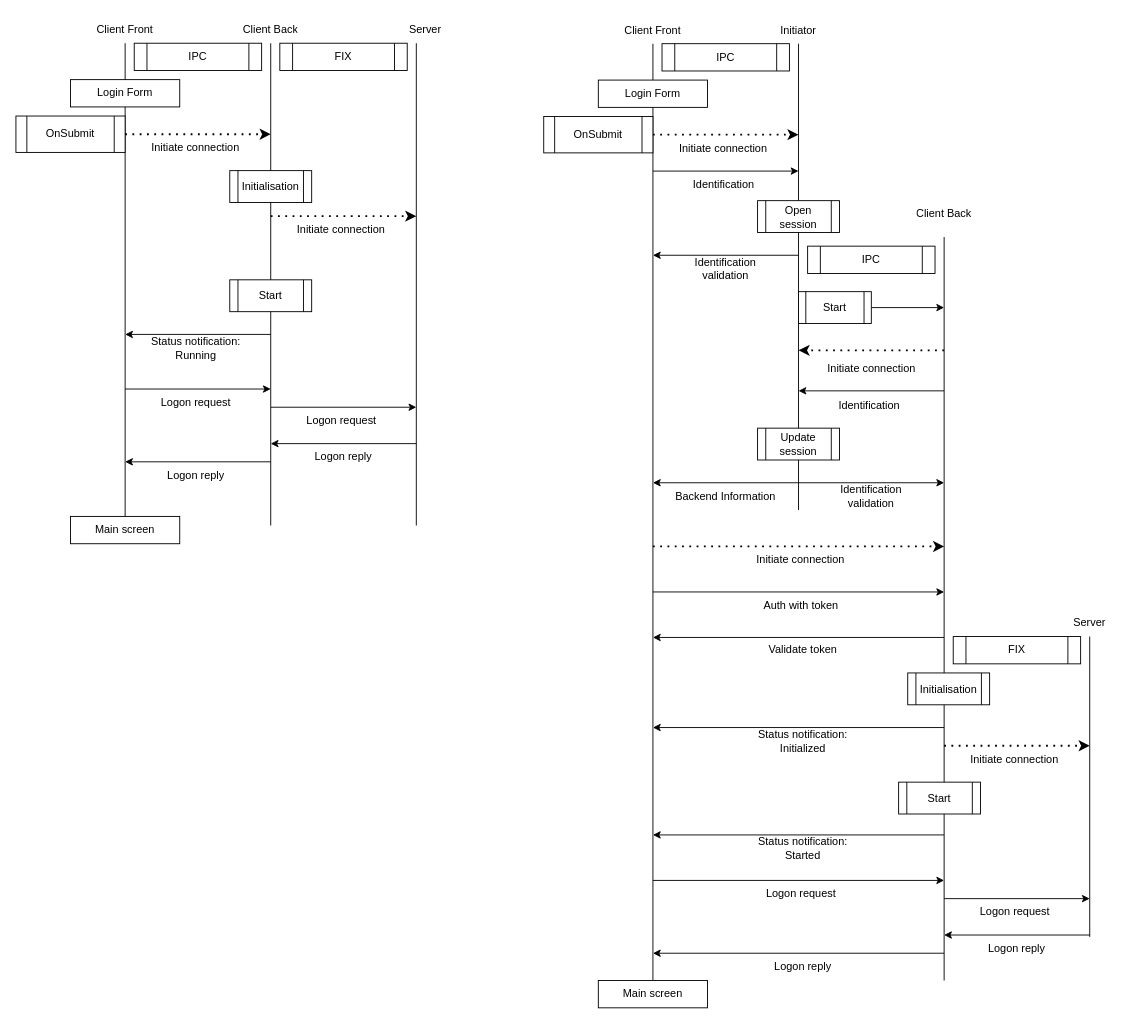
DipStax/FIX4.2-protocol keeps this draw.io diagram as page "IPC protocol" (1 of 3) of schema.drawio. Above is the earlier version. Source tidied: cells renumbered, new cells numbered last; positions are measured from the earlier drawing's top-left corner, leaving out a move shared by most shapes. Both pictures are drawn from the tidied source at 91%, with x=0, y=0 at pixel (15, 15).
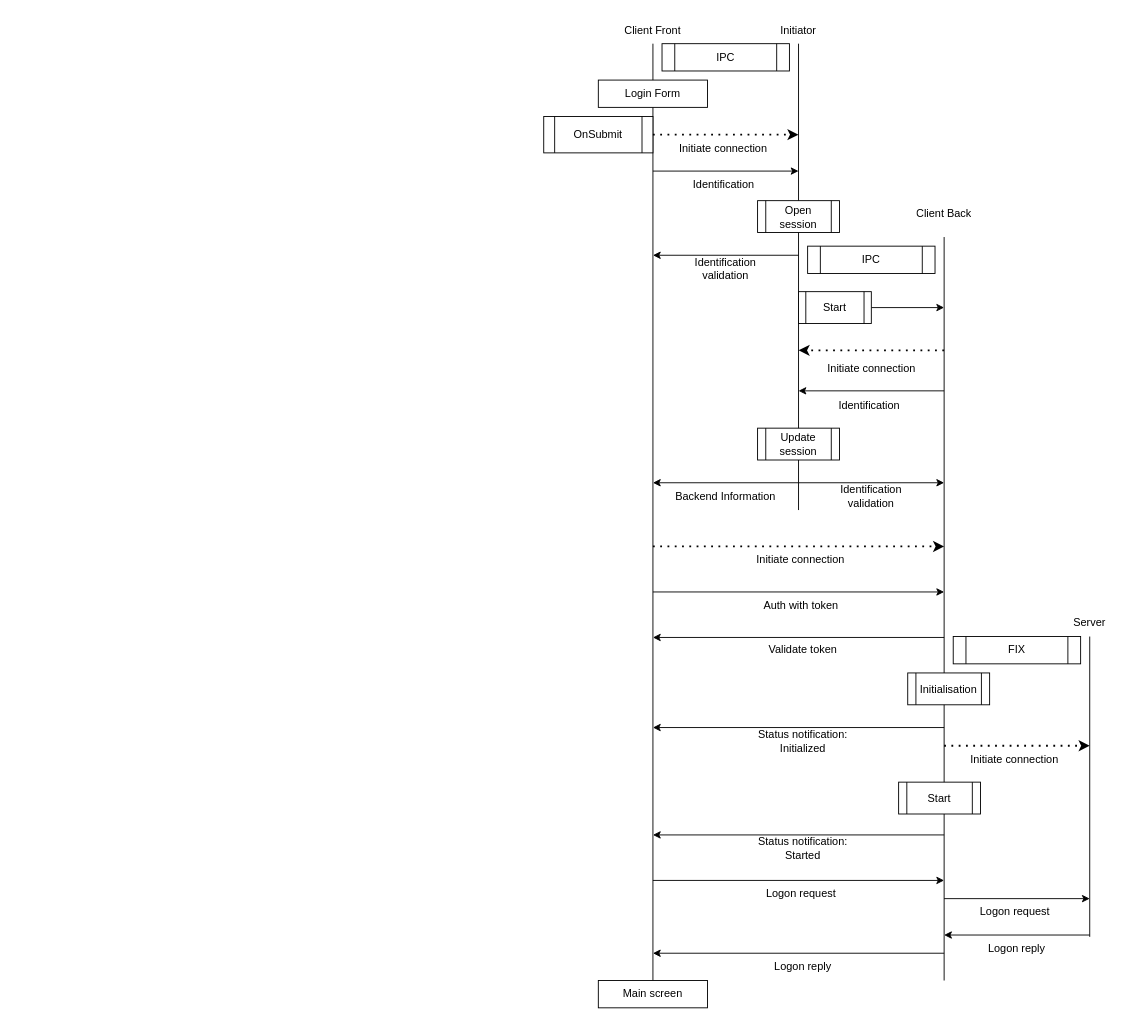
Above is the later version.

Commit message (it also covers changes not shown here):
doc(Client/Initiator): test of image display

Change to the diagram source:
```diff
@@
-    <mxCell id="2" style="endArrow=none;html=1;" parent="1" edge="1">
-      <mxGeometry relative="1" as="geometry">
-        <mxPoint x="120" y="560" as="sourcePoint" />
-        <mxPoint x="120" y="30" as="targetPoint" />
-      </mxGeometry>
-    </mxCell>
-    <mxCell id="3" style="endArrow=none;html=1;" parent="1" edge="1">
-      <mxGeometry relative="1" as="geometry">
-        <mxPoint x="280" y="560" as="sourcePoint" />
-        <mxPoint x="280" y="30" as="targetPoint" />
-      </mxGeometry>
-    </mxCell>
-    <mxCell id="4" style="endArrow=none;html=1;" parent="1" edge="1">
-      <mxGeometry relative="1" as="geometry">
-        <mxPoint x="440" y="560" as="sourcePoint" />
-        <mxPoint x="440" y="30" as="targetPoint" />
-      </mxGeometry>
-    </mxCell>
-    <mxCell id="5" value="Client Front" style="text;strokeColor=none;fillColor=none;align=center;verticalAlign=middle;spacingLeft=4;spacingRight=4;overflow=hidden;whiteSpace=wrap;html=1;" parent="1" vertex="1">
-      <mxGeometry x="80" width="80" height="30" as="geometry" />
-    </mxCell>
-    <mxCell id="6" value="Client Back" style="text;strokeColor=none;fillColor=none;align=center;verticalAlign=middle;spacingLeft=4;spacingRight=4;overflow=hidden;whiteSpace=wrap;html=1;" parent="1" vertex="1">
-      <mxGeometry x="240" width="80" height="30" as="geometry" />
-    </mxCell>
-    <mxCell id="7" value="Server" style="text;strokeColor=none;fillColor=none;align=center;verticalAlign=middle;spacingLeft=4;spacingRight=4;overflow=hidden;whiteSpace=wrap;html=1;" parent="1" vertex="1">
-      <mxGeometry x="410" width="80" height="30" as="geometry" />
-    </mxCell>
-    <mxCell id="8" value="FIX" style="shape=process;whiteSpace=wrap;html=1;backgroundOutline=1;" parent="1" vertex="1">
-      <mxGeometry x="290" y="30" width="140" height="30" as="geometry" />
-    </mxCell>
-    <mxCell id="9" value="IPC" style="shape=process;whiteSpace=wrap;html=1;backgroundOutline=1;" parent="1" vertex="1">
-      <mxGeometry x="130" y="30" width="140" height="30" as="geometry" />
-    </mxCell>
-    <mxCell id="10" value="Login Form" style="rounded=0;whiteSpace=wrap;html=1;" parent="1" vertex="1">
-      <mxGeometry x="60" y="70" width="120" height="30" as="geometry" />
-    </mxCell>
-    <mxCell id="11" value="OnSubmit" style="shape=process;whiteSpace=wrap;html=1;backgroundOutline=1;" parent="1" vertex="1">
-      <mxGeometry y="110" width="120" height="40" as="geometry" />
-    </mxCell>
-    <mxCell id="12" style="endArrow=classic;dashed=1;html=1;dashPattern=1 3;strokeWidth=2;exitX=1;exitY=0.5;exitDx=0;exitDy=0;endFill=1;" parent="1" edge="1" source="11">
-      <mxGeometry relative="1" as="geometry">
-        <mxPoint x="280" y="130" as="targetPoint" />
-      </mxGeometry>
-    </mxCell>
-    <mxCell id="13" value="Initiate connection" style="text;html=1;align=center;verticalAlign=middle;whiteSpace=wrap;rounded=0;" parent="1" vertex="1">
-      <mxGeometry x="145" y="130" width="105" height="30" as="geometry" />
-    </mxCell>
-    <mxCell id="14" style="endArrow=classic;dashed=1;html=1;dashPattern=1 3;strokeWidth=2;exitX=1;exitY=0.5;exitDx=0;exitDy=0;endFill=1;" parent="1" edge="1">
-      <mxGeometry relative="1" as="geometry">
-        <mxPoint x="280" y="220" as="sourcePoint" />
-        <mxPoint x="440" y="220" as="targetPoint" />
-      </mxGeometry>
-    </mxCell>
-    <mxCell id="15" value="Initiate connection" style="text;html=1;align=center;verticalAlign=middle;whiteSpace=wrap;rounded=0;" parent="1" vertex="1">
-      <mxGeometry x="305" y="220" width="105" height="30" as="geometry" />
-    </mxCell>
-    <mxCell id="16" value="Start" style="shape=process;whiteSpace=wrap;html=1;backgroundOutline=1;" parent="1" vertex="1">
-      <mxGeometry x="235" y="290" width="90" height="35" as="geometry" />
-    </mxCell>
-    <mxCell id="17" style="endArrow=classic;html=1;" parent="1" edge="1">
-      <mxGeometry relative="1" as="geometry">
-        <mxPoint x="280" y="350" as="sourcePoint" />
-        <mxPoint x="120" y="350" as="targetPoint" />
-      </mxGeometry>
-    </mxCell>
-    <mxCell id="18" value="Status notification:&lt;div&gt;Running&lt;/div&gt;" style="text;html=1;align=center;verticalAlign=middle;whiteSpace=wrap;rounded=0;" parent="1" vertex="1">
-      <mxGeometry x="137.5" y="350" width="120" height="30" as="geometry" />
-    </mxCell>
-    <mxCell id="19" style="endArrow=classic;html=1;" parent="1" edge="1">
-      <mxGeometry relative="1" as="geometry">
-        <mxPoint x="120" y="410" as="sourcePoint" />
-        <mxPoint x="280" y="410" as="targetPoint" />
-      </mxGeometry>
-    </mxCell>
-    <mxCell id="20" value="Logon request" style="text;html=1;align=center;verticalAlign=middle;whiteSpace=wrap;rounded=0;" parent="1" vertex="1">
-      <mxGeometry x="137.5" y="410" width="120" height="30" as="geometry" />
-    </mxCell>
-    <mxCell id="21" style="endArrow=classic;html=1;" parent="1" edge="1">
-      <mxGeometry relative="1" as="geometry">
-        <mxPoint x="280" y="430" as="sourcePoint" />
-        <mxPoint x="440" y="430" as="targetPoint" />
-      </mxGeometry>
-    </mxCell>
-    <mxCell id="22" value="Logon request" style="text;html=1;align=center;verticalAlign=middle;whiteSpace=wrap;rounded=0;" parent="1" vertex="1">
-      <mxGeometry x="297.5" y="430" width="120" height="30" as="geometry" />
-    </mxCell>
-    <mxCell id="23" style="endArrow=classic;html=1;" parent="1" edge="1">
-      <mxGeometry relative="1" as="geometry">
-        <mxPoint x="440" y="470" as="sourcePoint" />
-        <mxPoint x="280" y="470" as="targetPoint" />
-      </mxGeometry>
-    </mxCell>
-    <mxCell id="24" value="Logon reply" style="text;html=1;align=center;verticalAlign=middle;whiteSpace=wrap;rounded=0;" parent="1" vertex="1">
-      <mxGeometry x="300" y="470" width="120" height="30" as="geometry" />
-    </mxCell>
-    <mxCell id="25" style="endArrow=classic;html=1;" parent="1" edge="1">
-      <mxGeometry relative="1" as="geometry">
-        <mxPoint x="280" y="490" as="sourcePoint" />
-        <mxPoint x="120" y="490" as="targetPoint" />
-      </mxGeometry>
-    </mxCell>
-    <mxCell id="26" value="Logon reply" style="text;html=1;align=center;verticalAlign=middle;whiteSpace=wrap;rounded=0;" parent="1" vertex="1">
-      <mxGeometry x="137.5" y="490" width="120" height="30" as="geometry" />
-    </mxCell>
-    <mxCell id="27" value="Main screen" style="rounded=0;whiteSpace=wrap;html=1;" parent="1" vertex="1">
-      <mxGeometry x="60" y="550" width="120" height="30" as="geometry" />
-    </mxCell>
-    <mxCell id="28" value="Initialisation" style="shape=process;whiteSpace=wrap;html=1;backgroundOutline=1;" parent="1" vertex="1">
-      <mxGeometry x="235" y="170" width="90" height="35" as="geometry" />
-    </mxCell>
```
